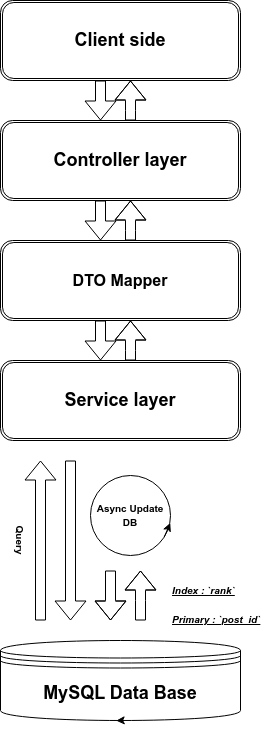
The draw.io diagram art/diagram.png in YamtalDev/HackerNews-API, before a commit. Source tidied: cells renumbered, new cells last; positions are measured from the earlier drawing's top-left corner, leaving out a move shared by most shapes.
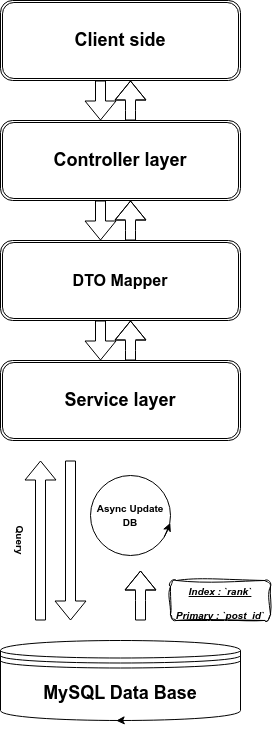
The same diagram one commit later.

Commit message:
Commiting the diagram and final changes to repo

The edit, as a diff of the source:
```diff
@@ -14,13 +14,13 @@
     <mxCell id="5" value="&lt;b style=&quot;&quot;&gt;&lt;font style=&quot;font-size: 18px;&quot;&gt;Client side&lt;/font&gt;&lt;/b&gt;" style="shape=ext;double=1;rounded=1;whiteSpace=wrap;html=1;" parent="1" vertex="1">
       <mxGeometry x="10" width="240" height="80" as="geometry" />
     </mxCell>
-    <mxCell id="6" style="shape=flexArrow;endArrow=classic;html=1;" parent="1" edge="1">
+    <mxCell id="6" style="shape=flexArrow;endArrow=classic;html=1;fillColor=#FFFFFF;" parent="1" edge="1">
       <mxGeometry relative="1" as="geometry">
         <mxPoint x="50" y="620" as="sourcePoint" />
         <mxPoint x="50" y="460" as="targetPoint" />
       </mxGeometry>
     </mxCell>
-    <mxCell id="7" style="shape=flexArrow;endArrow=classic;html=1;" parent="1" edge="1">
+    <mxCell id="7" style="shape=flexArrow;endArrow=classic;html=1;fillColor=#FFFFFF;" parent="1" edge="1">
       <mxGeometry relative="1" as="geometry">
         <mxPoint x="150" y="620" as="sourcePoint" />
         <mxPoint x="150" y="570" as="targetPoint" />
@@ -30,7 +30,7 @@
         </Array>
       </mxGeometry>
     </mxCell>
-    <mxCell id="8" style="shape=flexArrow;endArrow=classic;html=1;" parent="1" edge="1">
+    <mxCell id="8" style="shape=flexArrow;endArrow=classic;html=1;strokeColor=#FFFFFF;fillColor=#FFFFFF;" parent="1" edge="1">
       <mxGeometry relative="1" as="geometry">
         <mxPoint x="120" y="570" as="sourcePoint" />
         <mxPoint x="120" y="620" as="targetPoint" />
@@ -40,7 +40,7 @@
         </Array>
       </mxGeometry>
     </mxCell>
-    <mxCell id="9" style="shape=flexArrow;endArrow=classic;html=1;" parent="1" edge="1">
+    <mxCell id="9" style="shape=flexArrow;endArrow=classic;html=1;fillColor=#FFFFFF;" parent="1" edge="1">
       <mxGeometry relative="1" as="geometry">
         <mxPoint x="80" y="460" as="sourcePoint" />
         <mxPoint x="80" y="620" as="targetPoint" />
@@ -61,9 +61,6 @@
     <mxCell id="14" value="&lt;b&gt;Query&lt;/b&gt;" style="text;html=1;strokeColor=none;fillColor=none;align=center;verticalAlign=middle;whiteSpace=wrap;rounded=0;fontSize=10;rotation=90;" parent="1" vertex="1">
       <mxGeometry y="525" width="60" height="30" as="geometry" />
     </mxCell>
-    <mxCell id="15" value="&lt;font style=&quot;font-size: 10px;&quot;&gt;&lt;i&gt;&lt;u&gt;Index : `rank`&lt;br&gt;&lt;/u&gt;&lt;/i&gt;&lt;u&gt;&lt;i&gt;Primary : `post_id`&lt;/i&gt;&lt;/u&gt;&lt;/font&gt;" style="text;strokeColor=none;fillColor=none;html=1;fontSize=24;fontStyle=1;verticalAlign=middle;align=left;" parent="1" vertex="1">
-      <mxGeometry x="180" y="580" width="100" height="40" as="geometry" />
-    </mxCell>
     <mxCell id="16" style="shape=flexArrow;endArrow=classic;html=1;" parent="1" edge="1">
       <mxGeometry relative="1" as="geometry">
         <mxPoint x="140" y="360" as="sourcePoint" />
@@ -112,5 +109,8 @@
         </Array>
       </mxGeometry>
     </mxCell>
+    <mxCell id="15" value="&lt;i style=&quot;font-family: Helvetica; font-size: 10px; font-weight: 700; text-align: left;&quot;&gt;&lt;u&gt;Index : `rank`&lt;br&gt;&lt;/u&gt;&lt;/i&gt;&lt;u style=&quot;font-family: Helvetica; font-size: 10px; font-weight: 700; text-align: left;&quot;&gt;&lt;i&gt;Primary : `post_id`&lt;/i&gt;&lt;/u&gt;" style="rounded=1;whiteSpace=wrap;html=1;sketch=1;hachureGap=4;jiggle=2;curveFitting=1;fontFamily=Architects Daughter;fontSource=https%3A%2F%2Ffonts.googleapis.com%2Fcss%3Ffamily%3DArchitects%2BDaughter;fontSize=20;fillColor=#;" parent="1" vertex="1">
+      <mxGeometry x="180" y="580" width="100" height="40" as="geometry" />
+    </mxCell>
   </root>
 </mxGraphModel>
```
